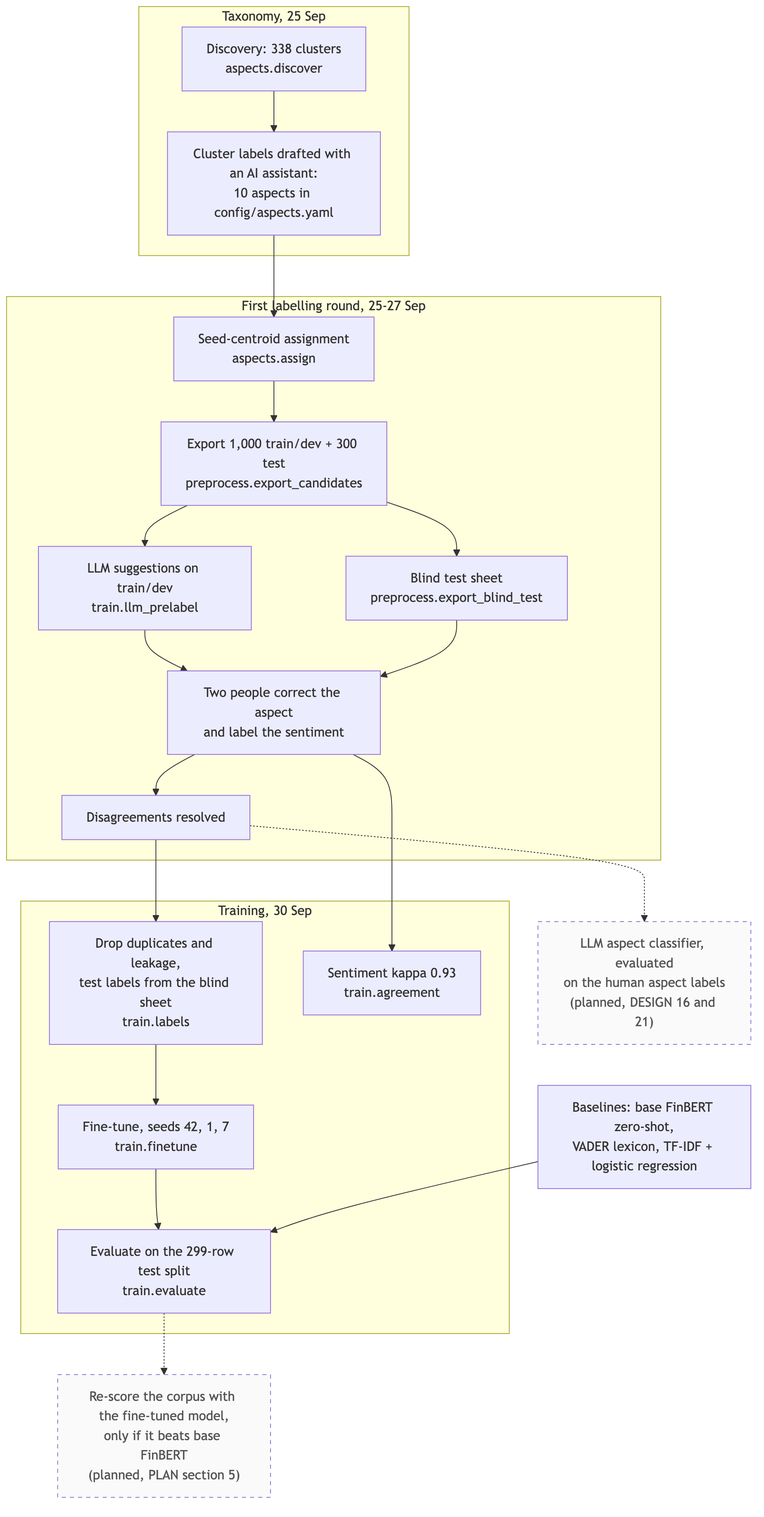
This is docs/diagrams/img/09-labelling-training.png from Gavingyh/plp-project, a Mermaid export, as it was before one commit. Its source is kept beside it as docs/diagrams/src/09-labelling-training.mmd.
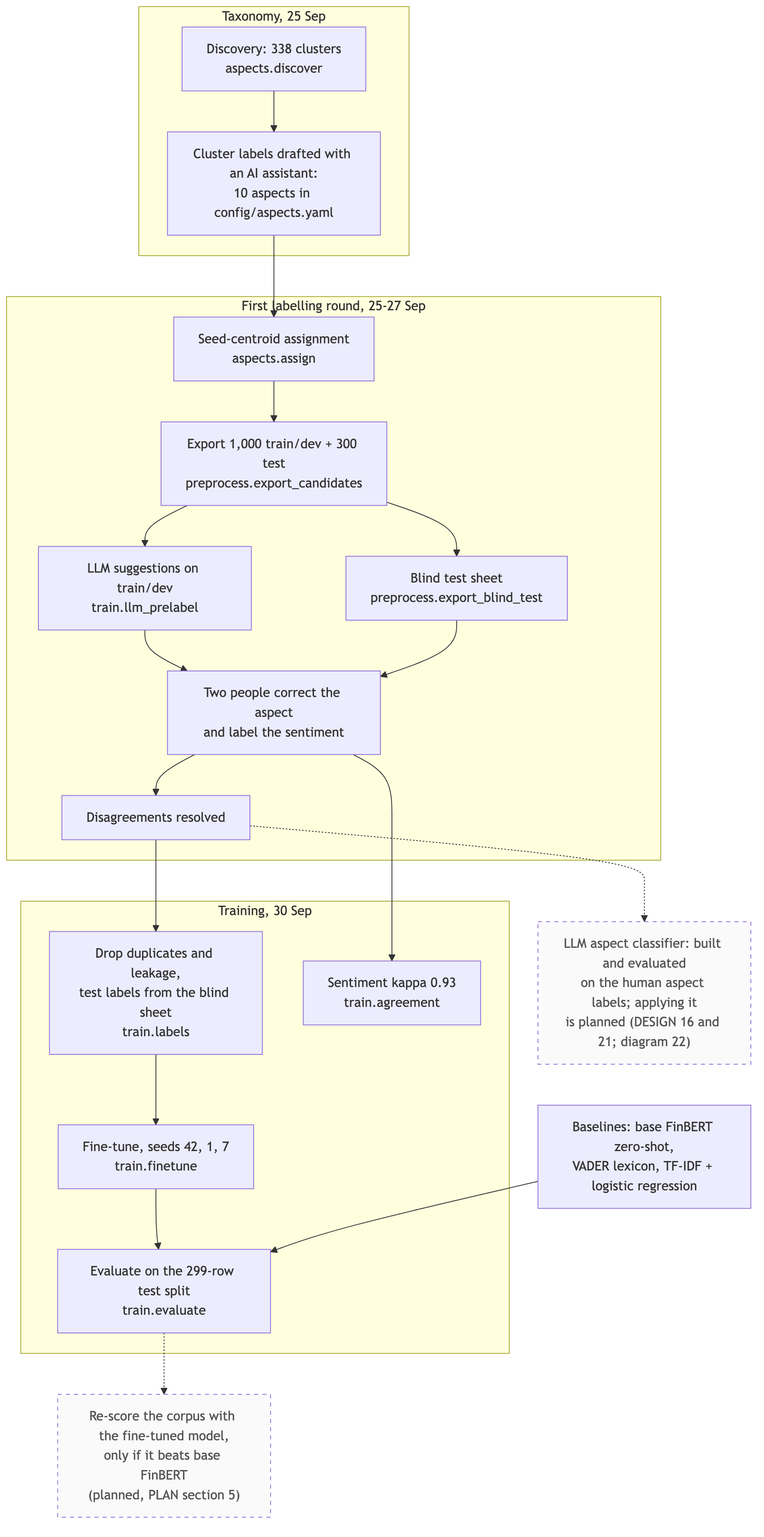
The same diagram one commit later.

Change to the diagram source:
```diff
@@ -1,6 +1,6 @@
 flowchart TB
   accTitle: Labelling and training workflow
-  accDescr: The taxonomy came from labelling 338 discovery clusters. Candidates were assigned, exported with a blind test sheet, labelled by two people and resolved. The labels were cleaned, agreement measured, and FinBERT fine-tuned over three seeds and evaluated against baselines. An LLM aspect classifier and re-scoring the corpus are planned.
+  accDescr: The taxonomy came from labelling 338 discovery clusters. Candidates were assigned, exported with a blind test sheet, labelled by two people and resolved. The labels were cleaned, agreement measured, and FinBERT fine-tuned over three seeds and evaluated against baselines. An LLM aspect classifier is built and evaluated; applying it and re-scoring the corpus are planned.
 
   subgraph tax["Taxonomy, 25 Sep"]
     disc["Discovery: 338 clusters<br/>aspects.discover"]
@@ -24,7 +24,7 @@
   end
 
   base["Baselines: base FinBERT zero-shot,<br/>VADER lexicon, TF-IDF + logistic regression"]
-  llm["LLM aspect classifier, evaluated<br/>on the human aspect labels<br/>(planned, DESIGN 16 and 21)"]
+  llm["LLM aspect classifier: built and evaluated<br/>on the human aspect labels; applying it<br/>is planned (DESIGN 16 and 21; diagram 22)"]
   rescore["Re-score the corpus with the fine-tuned model,<br/>only if it beats base FinBERT<br/>(planned, PLAN section 5)"]
 
   disc --> lab --> asg --> exp
```
